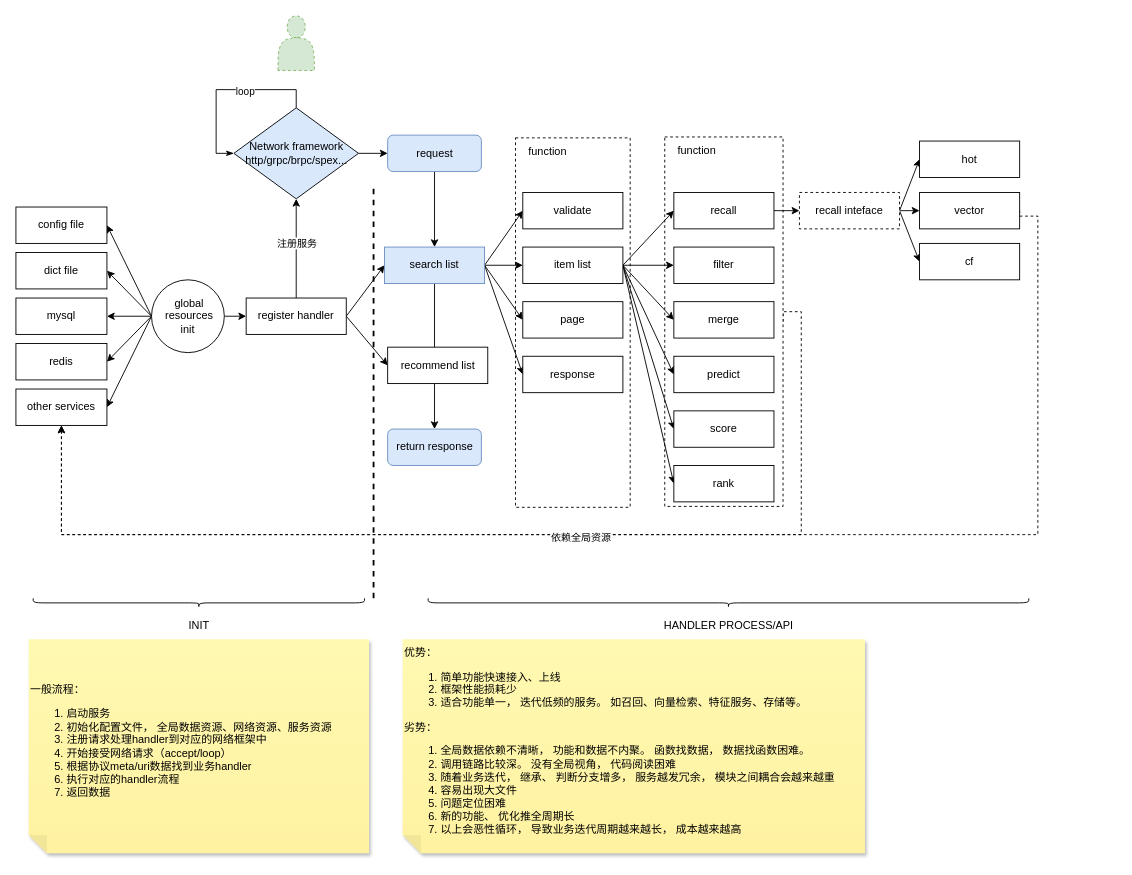
Before: tutu/纯业务.drawio in hpsdy/diagram, a draw.io diagram. Source tidied: cells renumbered, new cells numbered last; positions are measured from the earlier drawing's top-left corner, leaving out a move shared by most shapes. Both pictures are drawn from the tidied source at 91%, with x=0, y=0 at pixel (15, 15).
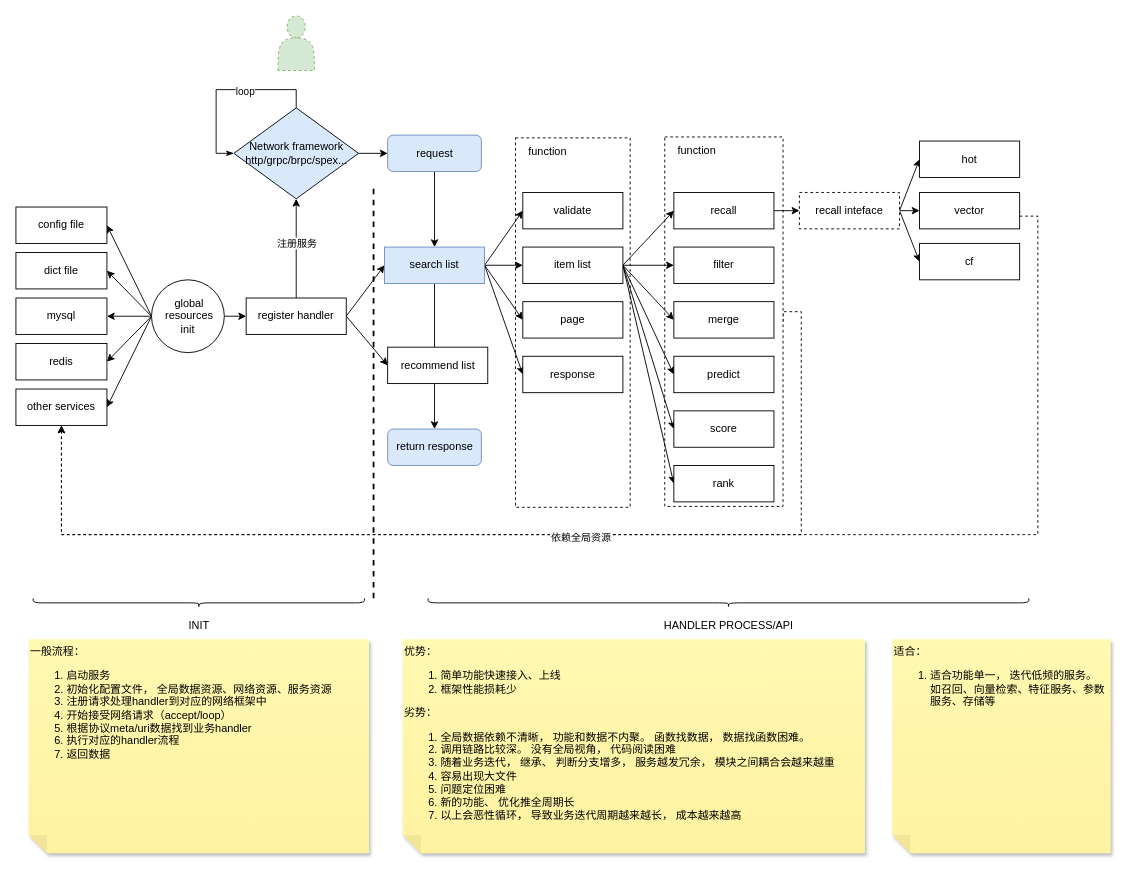
Above is the later version.

Commit message:
更新纯业务.drawio

Diff of the diagram source:
```diff
@@
-    <mxCell id="67" value="一般流程：&lt;br&gt;&lt;ol&gt;&lt;li&gt;启动服务&lt;/li&gt;&lt;li&gt;初始化配置文件， 全局数据资源、网络资源、服务资源&lt;/li&gt;&lt;li&gt;注册请求处理handler到对应的网络框架中&lt;/li&gt;&lt;li&gt;开始接受网络请求（accept/loop）&lt;/li&gt;&lt;li&gt;根据协议meta/uri数据找到业务handler&lt;/li&gt;&lt;li&gt;执行对应的handler流程&lt;/li&gt;&lt;li&gt;返回数据&lt;/li&gt;&lt;/ol&gt;" style="shape=note;whiteSpace=wrap;html=1;backgroundOutline=1;fontColor=#000000;darkOpacity=0.05;fillColor=#FFF9B2;strokeColor=none;fillStyle=solid;direction=west;gradientDirection=north;gradientColor=#FFF2A1;shadow=1;size=20;align=left;" parent="1" vertex="1">
+    <mxCell id="67" value="一般流程：&lt;br&gt;&lt;ol&gt;&lt;li&gt;启动服务&lt;/li&gt;&lt;li&gt;初始化配置文件， 全局数据资源、网络资源、服务资源&lt;/li&gt;&lt;li&gt;注册请求处理handler到对应的网络框架中&lt;/li&gt;&lt;li&gt;开始接受网络请求（accept/loop）&lt;/li&gt;&lt;li&gt;根据协议meta/uri数据找到业务handler&lt;/li&gt;&lt;li&gt;执行对应的handler流程&lt;/li&gt;&lt;li&gt;返回数据&lt;/li&gt;&lt;/ol&gt;" style="shape=note;whiteSpace=wrap;html=1;backgroundOutline=1;fontColor=#000000;darkOpacity=0.05;fillColor=#FFF9B2;strokeColor=none;fillStyle=solid;direction=west;gradientDirection=north;gradientColor=#FFF2A1;shadow=1;size=20;align=left;verticalAlign=top;" parent="1" vertex="1">
       <mxGeometry x="14" y="685" width="374" height="235" as="geometry" />
     </mxCell>
-    <mxCell id="68" value="优势：&lt;br&gt;&lt;ol&gt;&lt;li&gt;简单功能快速接入、上线&lt;/li&gt;&lt;li&gt;框架性能损耗少&lt;/li&gt;&lt;li&gt;适合功能单一， 迭代低频的服务。 如召回、向量检索、特征服务、存储等。&lt;/li&gt;&lt;/ol&gt;&lt;div&gt;劣势：&lt;/div&gt;&lt;ol&gt;&lt;li&gt;全局数据依赖不清晰， 功能和数据不内聚。 函数找数据， 数据找函数困难。&lt;/li&gt;&lt;li&gt;调用链路比较深。 没有全局视角， 代码阅读困难&lt;/li&gt;&lt;li&gt;随着业务迭代， 继承、 判断分支增多， 服务越发冗余， 模块之间耦合会越来越重&lt;/li&gt;&lt;li&gt;容易出现大文件&lt;/li&gt;&lt;li&gt;问题定位困难&lt;/li&gt;&lt;li&gt;新的功能、 优化推全周期长&lt;/li&gt;&lt;li&gt;以上会恶性循环， 导致业务迭代周期越来越长， 成本越来越高&lt;/li&gt;&lt;/ol&gt;" style="shape=note;whiteSpace=wrap;html=1;backgroundOutline=1;fontColor=#000000;darkOpacity=0.05;fillColor=#FFF9B2;strokeColor=none;fillStyle=solid;direction=west;gradientDirection=north;gradientColor=#FFF2A1;shadow=1;size=20;align=left;" parent="1" vertex="1">
+    <mxCell id="68" value="优势：&lt;br&gt;&lt;ol&gt;&lt;li&gt;简单功能快速接入、上线&lt;/li&gt;&lt;li&gt;框架性能损耗少&lt;/li&gt;&lt;/ol&gt;&lt;div&gt;劣势：&lt;/div&gt;&lt;ol&gt;&lt;li&gt;全局数据依赖不清晰， 功能和数据不内聚。 函数找数据， 数据找函数困难。&lt;/li&gt;&lt;li&gt;调用链路比较深。 没有全局视角， 代码阅读困难&lt;/li&gt;&lt;li&gt;随着业务迭代， 继承、 判断分支增多， 服务越发冗余， 模块之间耦合会越来越重&lt;/li&gt;&lt;li&gt;容易出现大文件&lt;/li&gt;&lt;li&gt;问题定位困难&lt;/li&gt;&lt;li&gt;新的功能、 优化推全周期长&lt;/li&gt;&lt;li&gt;以上会恶性循环， 导致业务迭代周期越来越长， 成本越来越高&lt;/li&gt;&lt;/ol&gt;" style="shape=note;whiteSpace=wrap;html=1;backgroundOutline=1;fontColor=#000000;darkOpacity=0.05;fillColor=#FFF9B2;strokeColor=none;fillStyle=solid;direction=west;gradientDirection=north;gradientColor=#FFF2A1;shadow=1;size=20;align=left;verticalAlign=top;" parent="1" vertex="1">
       <mxGeometry x="425" y="685" width="508" height="235" as="geometry" />
     </mxCell>
@@
+    <mxCell id="72" value="适合：&lt;br&gt;&lt;ol&gt;&lt;li&gt;适合功能单一， 迭代低频的服务。 如召回、向量检索、特征服务、参数服务、存储等&lt;/li&gt;&lt;/ol&gt;" style="shape=note;whiteSpace=wrap;html=1;backgroundOutline=1;fontColor=#000000;darkOpacity=0.05;fillColor=#FFF9B2;strokeColor=none;fillStyle=solid;direction=west;gradientDirection=north;gradientColor=#FFF2A1;shadow=1;size=20;align=left;verticalAlign=top;" parent="1" vertex="1">
+      <mxGeometry x="963" y="685" width="240" height="235" as="geometry" />
+    </mxCell>
```
